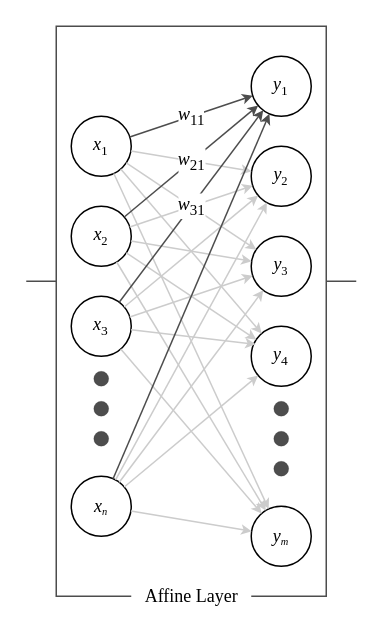
Earlier version of the draw.io diagram affine.drawio (dragoon8192/LaundryTag). Source tidied: cells renumbered, new cells numbered last; positions are measured from the earlier drawing's top-left corner, leaving out a move shared by most shapes. Both pictures are drawn from the tidied source at 150%, with x=0, y=0 at pixel (26, 26).
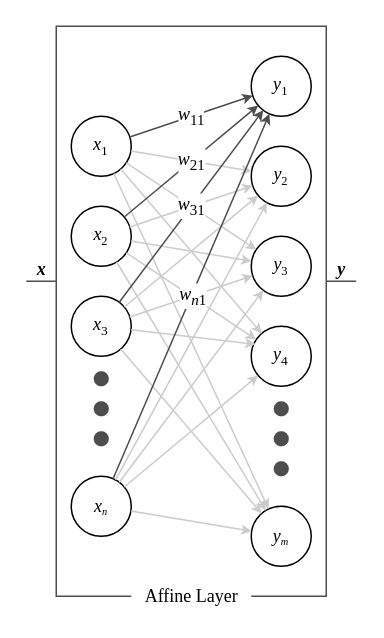
After the change.

Commit message:
affine.drawio を更新します

Unchanged cells that the change refers to:
```xml
<mxCell id="35" style="endArrow=classic;html=1;rounded=0;labelBackgroundColor=default;sketch=0;strokeColor=#4D4D4D;strokeWidth=1;fontFamily=Times New Roman;fontSize=12;fontColor=default;startSize=4;endSize=4;sourcePerimeterSpacing=0;targetPerimeterSpacing=0;shape=connector;jumpStyle=none;jumpSize=4;" parent="1" edge="1" source="8" target="9">
  <mxGeometry relative="1" as="geometry" />
</mxCell>
```

What changed in the source:
```diff
@@
+    <mxCell id="44" value="&lt;i&gt;w&lt;/i&gt;&lt;sub&gt;&lt;i&gt;n&lt;/i&gt;1&lt;/sub&gt;" style="edgeLabel;html=1;align=center;verticalAlign=middle;fontSize=12;fontFamily=Times New Roman;fontColor=default;" parent="35" vertex="1">
+      <mxGeometry x="0.1" y="-1" relative="1" as="geometry">
+        <mxPoint x="-6" y="12" as="offset" />
+      </mxGeometry>
+    </mxCell>
@@
-    <mxCell id="40" style="endArrow=none;html=1;rounded=0;labelBackgroundColor=default;sketch=0;strokeColor=#4D4D4D;strokeWidth=1;fontFamily=Times New Roman;fontSize=12;fontColor=default;startSize=4;endSize=4;sourcePerimeterSpacing=0;targetPerimeterSpacing=0;shape=connector;jumpStyle=none;jumpSize=4;" parent="1" edge="1">
+    <mxCell id="40" value="&lt;b&gt;&lt;i&gt;x&lt;/i&gt;&lt;/b&gt;" style="endArrow=none;html=1;rounded=0;labelBackgroundColor=default;sketch=0;strokeColor=#4D4D4D;strokeWidth=1;fontFamily=Times New Roman;fontSize=12;fontColor=default;startSize=4;endSize=4;sourcePerimeterSpacing=0;targetPerimeterSpacing=0;shape=connector;jumpStyle=none;jumpSize=4;spacing=1;spacingLeft=0;labelBorderColor=none;verticalAlign=bottom;labelPosition=center;verticalLabelPosition=middle;align=center;" parent="1" edge="1">
       <mxGeometry relative="1" as="geometry">
         <mxPoint y="170" as="sourcePoint" />
         <mxPoint x="20" y="170" as="targetPoint" />
+        <Array as="points">
+          <mxPoint x="10" y="170" />
+        </Array>
       </mxGeometry>
     </mxCell>
-    <mxCell id="41" style="endArrow=none;html=1;rounded=0;labelBackgroundColor=default;sketch=0;strokeColor=#4D4D4D;strokeWidth=1;fontFamily=Times New Roman;fontSize=12;fontColor=default;startSize=4;endSize=4;sourcePerimeterSpacing=0;targetPerimeterSpacing=0;shape=connector;jumpStyle=none;jumpSize=4;" parent="1" edge="1">
-      <mxGeometry relative="1" as="geometry">
-        <mxPoint x="200" y="170" as="sourcePoint" />
-        <mxPoint x="220" y="170" as="targetPoint" />
-      </mxGeometry>
-    </mxCell>
@@
+    <mxCell id="45" value="&lt;b&gt;&lt;i&gt;y&lt;/i&gt;&lt;/b&gt;" style="endArrow=none;html=1;rounded=0;labelBackgroundColor=default;sketch=0;strokeColor=#4D4D4D;strokeWidth=1;fontFamily=Times New Roman;fontSize=12;fontColor=default;startSize=4;endSize=4;sourcePerimeterSpacing=0;targetPerimeterSpacing=0;shape=connector;jumpStyle=none;jumpSize=4;spacing=1;spacingLeft=0;labelBorderColor=none;verticalAlign=bottom;" parent="1" edge="1">
+      <mxGeometry relative="1" as="geometry">
+        <mxPoint x="200" y="170" as="sourcePoint" />
+        <mxPoint x="220" y="170" as="targetPoint" />
+        <Array as="points">
+          <mxPoint x="210" y="170" />
+        </Array>
+      </mxGeometry>
+    </mxCell>
```
